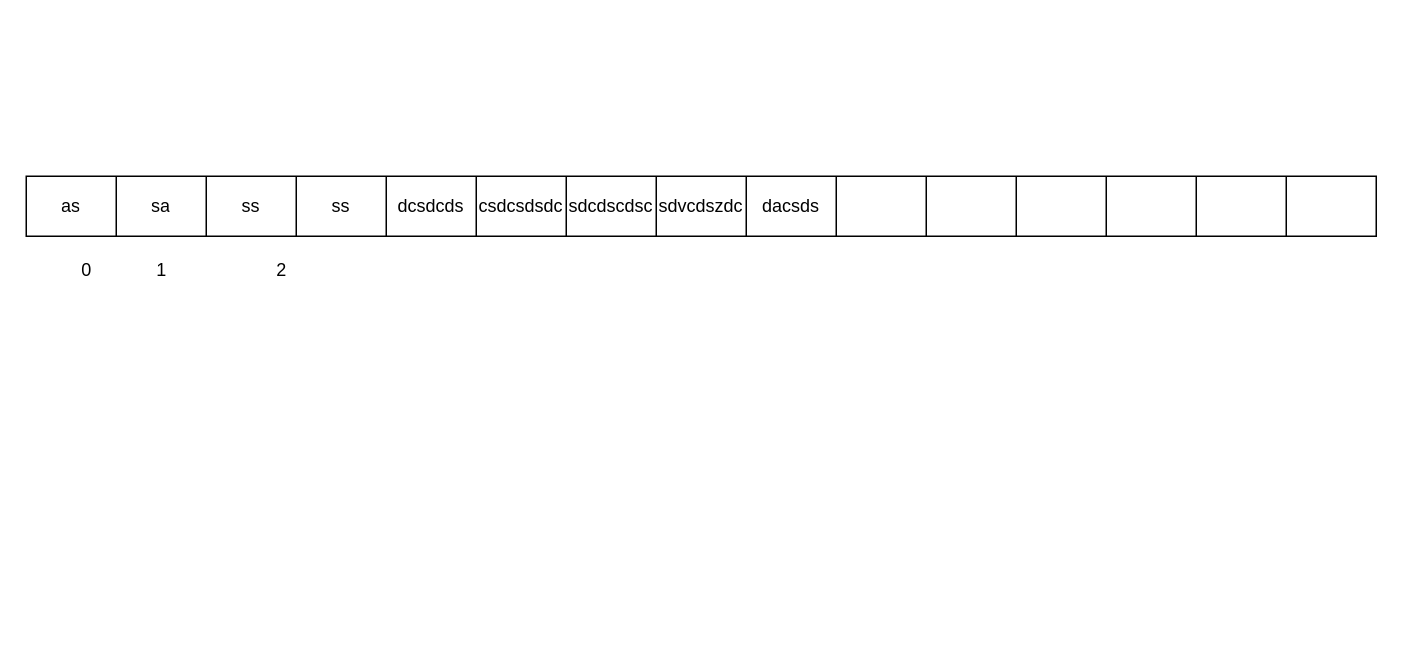
The draw.io diagram 06_JAVASCRIPT/arrays.drawio in gourav1729/MERN_5_30, before the edit. Source tidied: cells renumbered, new cells numbered last; positions are measured from the earlier drawing's top-left corner, leaving out a move shared by most shapes. Both pictures are drawn from the tidied source at 150%, with x=0, y=0 at pixel (26, 176).
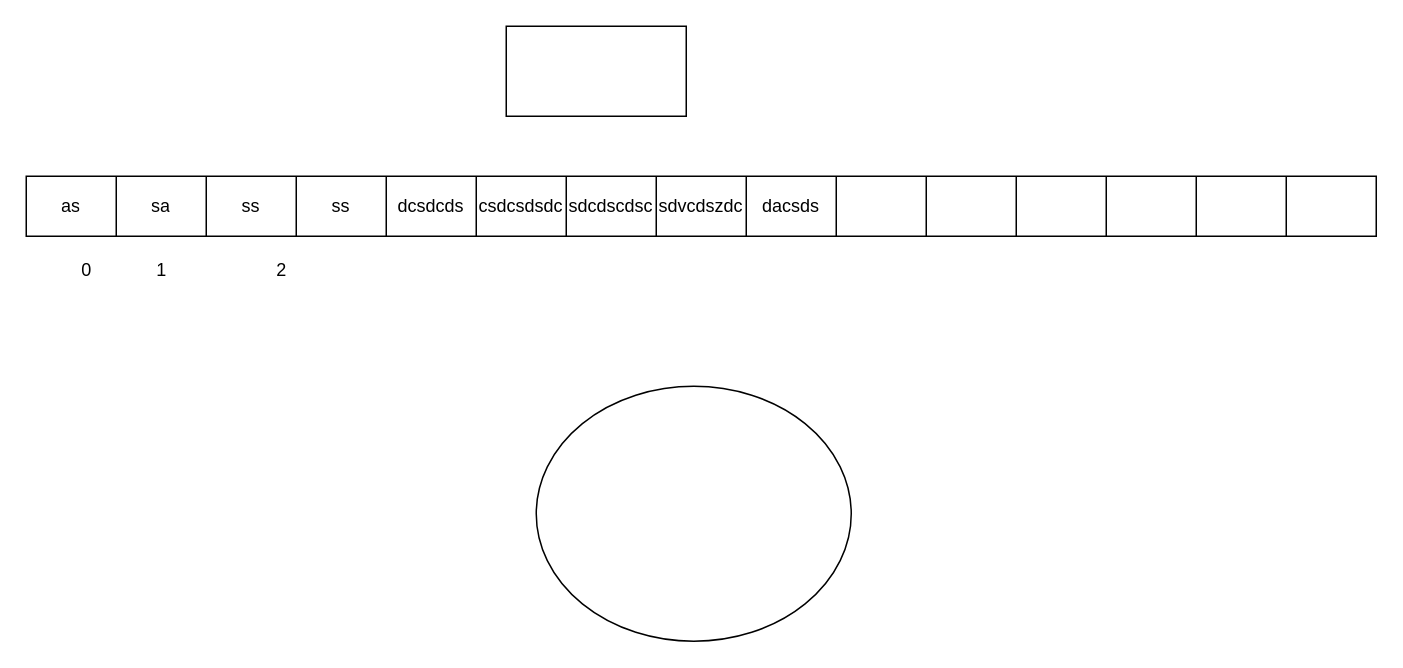
Above is the later version.

Change to the diagram source:
```diff
@@
+    <mxCell id="22" style="whiteSpace=wrap;html=1;" parent="1" vertex="1">
+      <mxGeometry x="320" y="-100" width="120" height="60" as="geometry" />
+    </mxCell>
+    <mxCell id="23" style="ellipse;whiteSpace=wrap;html=1;" parent="1" vertex="1">
+      <mxGeometry x="340" y="140" width="210" height="170" as="geometry" />
+    </mxCell>
```
